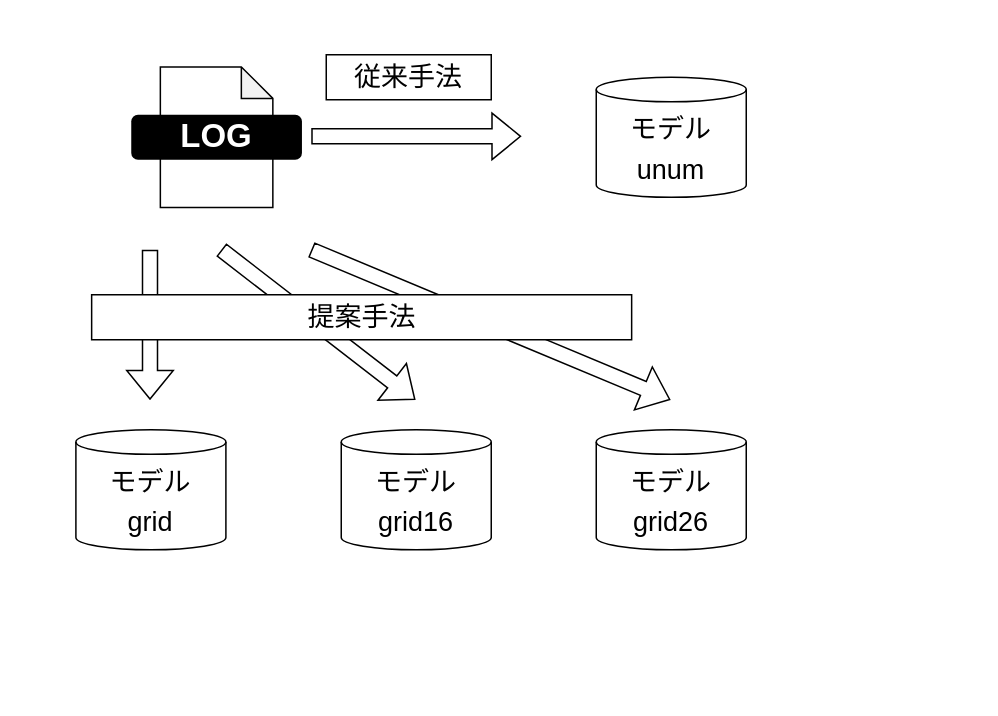
The draw.io diagram 4/experiment_a.drawio in SuperTikuwa/thesis-images, before the edit. Source tidied: cells renumbered, new cells numbered last; positions are measured from the earlier drawing's top-left corner, leaving out a move shared by most shapes. Both pictures are drawn from the tidied source at 150%, with x=0, y=0 at pixel (75, 54).
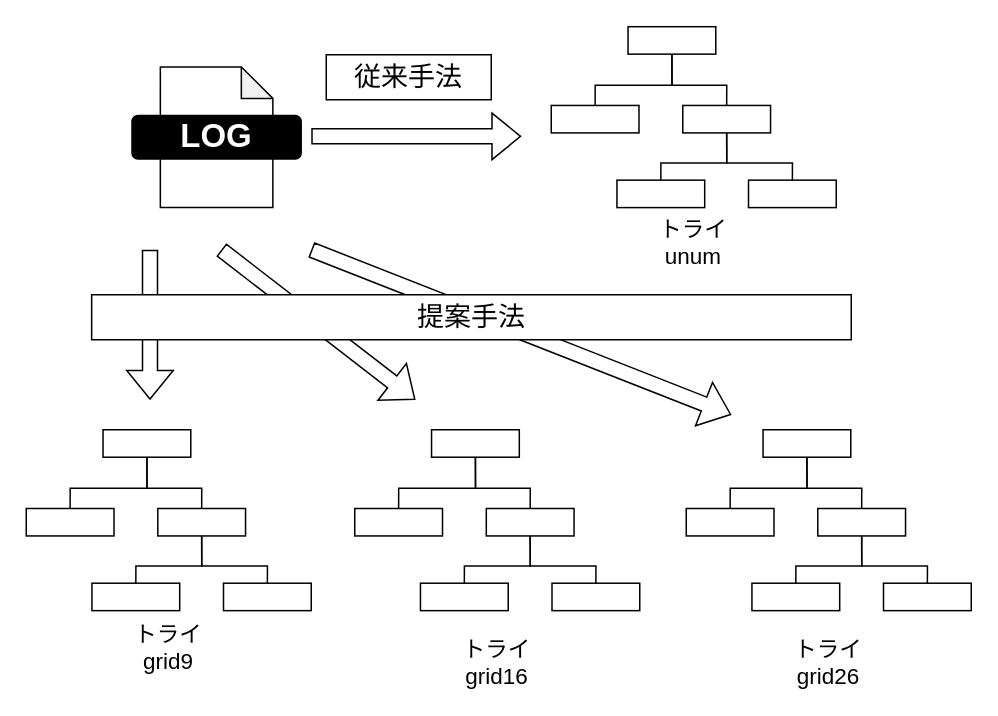
The same page after the edit.

Commit message:
experiment_a.drawio を更新します

Diff of the diagram source:
```diff
@@
-    <mxCell id="4" value="&lt;font style=&quot;font-size: 18px;&quot; color=&quot;#000000&quot;&gt;モデル&lt;br&gt;unum&lt;br&gt;&lt;/font&gt;" style="shape=cylinder3;whiteSpace=wrap;html=1;boundedLbl=1;backgroundOutline=1;size=8.17882352941163;rounded=1;labelBackgroundColor=none;fontSize=22;fontColor=#FFFFFF;fillColor=#FFFFFF;strokeColor=#000000;" parent="1" vertex="1">
-      <mxGeometry x="347" y="15" width="100" height="80" as="geometry" />
-    </mxCell>
-    <mxCell id="5" value="&lt;font style=&quot;font-size: 18px;&quot; color=&quot;#000000&quot;&gt;モデル&lt;br&gt;grid&lt;br&gt;&lt;/font&gt;" style="shape=cylinder3;whiteSpace=wrap;html=1;boundedLbl=1;backgroundOutline=1;size=8.17882352941163;rounded=1;labelBackgroundColor=none;fontSize=22;fontColor=#FFFFFF;fillColor=#FFFFFF;strokeColor=#000000;" parent="1" vertex="1">
-      <mxGeometry x="0.1" y="250" width="100" height="80" as="geometry" />
-    </mxCell>
-    <mxCell id="6" value="&lt;font style=&quot;font-size: 18px;&quot; color=&quot;#000000&quot;&gt;モデル&lt;br&gt;grid16&lt;br&gt;&lt;/font&gt;" style="shape=cylinder3;whiteSpace=wrap;html=1;boundedLbl=1;backgroundOutline=1;size=8.17882352941163;rounded=1;labelBackgroundColor=none;fontSize=22;fontColor=#FFFFFF;fillColor=#FFFFFF;strokeColor=#000000;" parent="1" vertex="1">
-      <mxGeometry x="177" y="250" width="100" height="80" as="geometry" />
-    </mxCell>
-    <mxCell id="7" value="&lt;font style=&quot;font-size: 18px;&quot; color=&quot;#000000&quot;&gt;モデル&lt;br&gt;grid26&lt;br&gt;&lt;/font&gt;" style="shape=cylinder3;whiteSpace=wrap;html=1;boundedLbl=1;backgroundOutline=1;size=8.17882352941163;rounded=1;labelBackgroundColor=none;fontSize=22;fontColor=#FFFFFF;fillColor=#FFFFFF;strokeColor=#000000;" parent="1" vertex="1">
-      <mxGeometry x="347" y="250" width="100" height="80" as="geometry" />
-    </mxCell>
@@
     <mxCell id="11" style="shape=flexArrow;endArrow=classic;html=1;rounded=0;strokeWidth=1;fontSize=18;fontColor=#000000;" parent="1" edge="1">
       <mxGeometry relative="1" as="geometry">
         <mxPoint x="157" y="130" as="sourcePoint" />
-        <mxPoint x="396.4" y="230" as="targetPoint" />
+        <mxPoint x="437" y="240" as="targetPoint" />
       </mxGeometry>
     </mxCell>
@@
     <mxCell id="13" value="提案手法" style="text;html=1;strokeColor=default;fillColor=default;align=center;verticalAlign=middle;whiteSpace=wrap;rounded=0;fontSize=18;fontColor=#000000;" parent="1" vertex="1">
-      <mxGeometry x="10.6" y="160" width="360" height="30" as="geometry" />
+      <mxGeometry x="10.6" y="160" width="506.4" height="30" as="geometry" />
     </mxCell>
+    <mxCell id="14" style="group;" parent="1" vertex="1">
+      <mxGeometry x="317" y="-18.7" width="190" height="120.6" as="geometry" />
+    </mxCell>
+    <mxCell id="15" style="rounded=0;whiteSpace=wrap;html=1;" parent="14" vertex="1">
+      <mxGeometry x="51.2" width="58.5" height="18.3" as="geometry" />
+    </mxCell>
+    <mxCell id="16" style="rounded=0;whiteSpace=wrap;html=1;" parent="14" vertex="1">
+      <mxGeometry x="43.8" y="102.3" width="58.5" height="18.3" as="geometry" />
+    </mxCell>
+    <mxCell id="17" style="rounded=0;whiteSpace=wrap;html=1;" parent="14" vertex="1">
+      <mxGeometry y="52.5" width="58.5" height="18.3" as="geometry" />
+    </mxCell>
+    <mxCell id="18" style="edgeStyle=orthogonalEdgeStyle;rounded=0;jettySize=auto;html=1;exitX=0.5;exitY=1;exitDx=0;exitDy=0;entryX=0.5;entryY=0;entryDx=0;entryDy=0;endArrow=none;endFill=0;" parent="14" edge="1" source="15" target="17">
+      <mxGeometry relative="1" as="geometry">
+        <Array as="points">
+          <mxPoint x="80" y="39" />
+          <mxPoint x="29" y="39" />
+        </Array>
+      </mxGeometry>
+    </mxCell>
+    <mxCell id="19" style="edgeStyle=orthogonalEdgeStyle;rounded=0;jettySize=auto;html=1;exitX=0.5;exitY=1;exitDx=0;exitDy=0;entryX=0.5;entryY=0;entryDx=0;entryDy=0;endArrow=none;endFill=0;" parent="14" edge="1" source="20" target="16">
+      <mxGeometry relative="1" as="geometry" />
+    </mxCell>
+    <mxCell id="20" style="rounded=0;whiteSpace=wrap;html=1;" parent="14" vertex="1">
+      <mxGeometry x="87.7" y="52.5" width="58.5" height="18.3" as="geometry" />
+    </mxCell>
+    <mxCell id="21" style="edgeStyle=orthogonalEdgeStyle;rounded=0;jettySize=auto;html=1;exitX=0.5;exitY=1;exitDx=0;exitDy=0;entryX=0.5;entryY=0;entryDx=0;entryDy=0;endArrow=none;endFill=0;" parent="14" edge="1" source="15" target="20">
+      <mxGeometry relative="1" as="geometry">
+        <Array as="points">
+          <mxPoint x="80" y="39" />
+          <mxPoint x="117" y="39" />
+        </Array>
+      </mxGeometry>
+    </mxCell>
+    <mxCell id="22" style="rounded=0;whiteSpace=wrap;html=1;" parent="14" vertex="1">
+      <mxGeometry x="131.5" y="102.3" width="58.5" height="18.3" as="geometry" />
+    </mxCell>
+    <mxCell id="23" style="edgeStyle=orthogonalEdgeStyle;rounded=0;jettySize=auto;html=1;exitX=0.5;exitY=1;exitDx=0;exitDy=0;entryX=0.5;entryY=0;entryDx=0;entryDy=0;endArrow=none;endFill=0;" parent="14" edge="1" source="20" target="22">
+      <mxGeometry relative="1" as="geometry" />
+    </mxCell>
+    <mxCell id="24" style="group;" parent="1" vertex="1">
+      <mxGeometry x="-33" y="250" width="190" height="120.6" as="geometry" />
+    </mxCell>
+    <mxCell id="25" style="rounded=0;whiteSpace=wrap;html=1;" parent="24" vertex="1">
+      <mxGeometry x="51.2" width="58.5" height="18.3" as="geometry" />
+    </mxCell>
+    <mxCell id="26" style="rounded=0;whiteSpace=wrap;html=1;" parent="24" vertex="1">
+      <mxGeometry x="43.8" y="102.3" width="58.5" height="18.3" as="geometry" />
+    </mxCell>
+    <mxCell id="27" style="rounded=0;whiteSpace=wrap;html=1;" parent="24" vertex="1">
+      <mxGeometry y="52.5" width="58.5" height="18.3" as="geometry" />
+    </mxCell>
+    <mxCell id="28" style="edgeStyle=orthogonalEdgeStyle;rounded=0;jettySize=auto;html=1;exitX=0.5;exitY=1;exitDx=0;exitDy=0;entryX=0.5;entryY=0;entryDx=0;entryDy=0;endArrow=none;endFill=0;" parent="24" edge="1" source="25" target="27">
+      <mxGeometry relative="1" as="geometry">
+        <Array as="points">
+          <mxPoint x="80" y="39" />
+          <mxPoint x="29" y="39" />
+        </Array>
+      </mxGeometry>
+    </mxCell>
+    <mxCell id="29" style="edgeStyle=orthogonalEdgeStyle;rounded=0;jettySize=auto;html=1;exitX=0.5;exitY=1;exitDx=0;exitDy=0;entryX=0.5;entryY=0;entryDx=0;entryDy=0;endArrow=none;endFill=0;" parent="24" edge="1" source="30" target="26">
+      <mxGeometry relative="1" as="geometry" />
+    </mxCell>
+    <mxCell id="30" style="rounded=0;whiteSpace=wrap;html=1;" parent="24" vertex="1">
+      <mxGeometry x="87.7" y="52.5" width="58.5" height="18.3" as="geometry" />
+    </mxCell>
+    <mxCell id="31" style="edgeStyle=orthogonalEdgeStyle;rounded=0;jettySize=auto;html=1;exitX=0.5;exitY=1;exitDx=0;exitDy=0;entryX=0.5;entryY=0;entryDx=0;entryDy=0;endArrow=none;endFill=0;" parent="24" edge="1" source="25" target="30">
+      <mxGeometry relative="1" as="geometry">
+        <Array as="points">
+          <mxPoint x="80" y="39" />
+          <mxPoint x="117" y="39" />
+        </Array>
+      </mxGeometry>
+    </mxCell>
+    <mxCell id="32" style="rounded=0;whiteSpace=wrap;html=1;" parent="24" vertex="1">
+      <mxGeometry x="131.5" y="102.3" width="58.5" height="18.3" as="geometry" />
+    </mxCell>
+    <mxCell id="33" style="edgeStyle=orthogonalEdgeStyle;rounded=0;jettySize=auto;html=1;exitX=0.5;exitY=1;exitDx=0;exitDy=0;entryX=0.5;entryY=0;entryDx=0;entryDy=0;endArrow=none;endFill=0;" parent="24" edge="1" source="30" target="32">
+      <mxGeometry relative="1" as="geometry" />
+    </mxCell>
+    <mxCell id="34" style="group;" parent="1" vertex="1">
+      <mxGeometry x="407" y="250" width="190" height="120.6" as="geometry" />
+    </mxCell>
+    <mxCell id="35" style="rounded=0;whiteSpace=wrap;html=1;" parent="34" vertex="1">
+      <mxGeometry x="51.2" width="58.5" height="18.3" as="geometry" />
+    </mxCell>
+    <mxCell id="36" style="rounded=0;whiteSpace=wrap;html=1;" parent="34" vertex="1">
+      <mxGeometry x="43.8" y="102.3" width="58.5" height="18.3" as="geometry" />
+    </mxCell>
+    <mxCell id="37" style="rounded=0;whiteSpace=wrap;html=1;" parent="34" vertex="1">
+      <mxGeometry y="52.5" width="58.5" height="18.3" as="geometry" />
+    </mxCell>
+    <mxCell id="38" style="edgeStyle=orthogonalEdgeStyle;rounded=0;jettySize=auto;html=1;exitX=0.5;exitY=1;exitDx=0;exitDy=0;entryX=0.5;entryY=0;entryDx=0;entryDy=0;endArrow=none;endFill=0;" parent="34" edge="1" source="35" target="37">
+      <mxGeometry relative="1" as="geometry">
+        <Array as="points">
+          <mxPoint x="80" y="39" />
+          <mxPoint x="29" y="39" />
+        </Array>
+      </mxGeometry>
+    </mxCell>
+    <mxCell id="39" style="edgeStyle=orthogonalEdgeStyle;rounded=0;jettySize=auto;html=1;exitX=0.5;exitY=1;exitDx=0;exitDy=0;entryX=0.5;entryY=0;entryDx=0;entryDy=0;endArrow=none;endFill=0;" parent="34" edge="1" source="40" target="36">
+      <mxGeometry relative="1" as="geometry" />
+    </mxCell>
+    <mxCell id="40" style="rounded=0;whiteSpace=wrap;html=1;" parent="34" vertex="1">
+      <mxGeometry x="87.7" y="52.5" width="58.5" height="18.3" as="geometry" />
+    </mxCell>
+    <mxCell id="41" style="edgeStyle=orthogonalEdgeStyle;rounded=0;jettySize=auto;html=1;exitX=0.5;exitY=1;exitDx=0;exitDy=0;entryX=0.5;entryY=0;entryDx=0;entryDy=0;endArrow=none;endFill=0;" parent="34" edge="1" source="35" target="40">
+      <mxGeometry relative="1" as="geometry">
+        <Array as="points">
+          <mxPoint x="80" y="39" />
+          <mxPoint x="117" y="39" />
+        </Array>
+      </mxGeometry>
+    </mxCell>
+    <mxCell id="42" style="rounded=0;whiteSpace=wrap;html=1;" parent="34" vertex="1">
+      <mxGeometry x="131.5" y="102.3" width="58.5" height="18.3" as="geometry" />
+    </mxCell>
+    <mxCell id="43" style="edgeStyle=orthogonalEdgeStyle;rounded=0;jettySize=auto;html=1;exitX=0.5;exitY=1;exitDx=0;exitDy=0;entryX=0.5;entryY=0;entryDx=0;entryDy=0;endArrow=none;endFill=0;" parent="34" edge="1" source="40" target="42">
+      <mxGeometry relative="1" as="geometry" />
+    </mxCell>
+    <mxCell id="44" style="group;" parent="1" vertex="1">
+      <mxGeometry x="186" y="250" width="190" height="120.6" as="geometry" />
+    </mxCell>
+    <mxCell id="45" style="rounded=0;whiteSpace=wrap;html=1;" parent="44" vertex="1">
+      <mxGeometry x="51.2" width="58.5" height="18.3" as="geometry" />
+    </mxCell>
+    <mxCell id="46" style="rounded=0;whiteSpace=wrap;html=1;" parent="44" vertex="1">
+      <mxGeometry x="43.8" y="102.3" width="58.5" height="18.3" as="geometry" />
+    </mxCell>
+    <mxCell id="47" style="rounded=0;whiteSpace=wrap;html=1;" parent="44" vertex="1">
+      <mxGeometry y="52.5" width="58.5" height="18.3" as="geometry" />
+    </mxCell>
+    <mxCell id="48" style="edgeStyle=orthogonalEdgeStyle;rounded=0;jettySize=auto;html=1;exitX=0.5;exitY=1;exitDx=0;exitDy=0;entryX=0.5;entryY=0;entryDx=0;entryDy=0;endArrow=none;endFill=0;" parent="44" edge="1" source="45" target="47">
+      <mxGeometry relative="1" as="geometry">
+        <Array as="points">
+          <mxPoint x="80" y="39" />
+          <mxPoint x="29" y="39" />
+        </Array>
+      </mxGeometry>
+    </mxCell>
+    <mxCell id="49" style="edgeStyle=orthogonalEdgeStyle;rounded=0;jettySize=auto;html=1;exitX=0.5;exitY=1;exitDx=0;exitDy=0;entryX=0.5;entryY=0;entryDx=0;entryDy=0;endArrow=none;endFill=0;" parent="44" edge="1" source="50" target="46">
+      <mxGeometry relative="1" as="geometry" />
+    </mxCell>
+    <mxCell id="50" style="rounded=0;whiteSpace=wrap;html=1;" parent="44" vertex="1">
+      <mxGeometry x="87.7" y="52.5" width="58.5" height="18.3" as="geometry" />
+    </mxCell>
+    <mxCell id="51" style="edgeStyle=orthogonalEdgeStyle;rounded=0;jettySize=auto;html=1;exitX=0.5;exitY=1;exitDx=0;exitDy=0;entryX=0.5;entryY=0;entryDx=0;entryDy=0;endArrow=none;endFill=0;" parent="44" edge="1" source="45" target="50">
+      <mxGeometry relative="1" as="geometry">
+        <Array as="points">
+          <mxPoint x="80" y="39" />
+          <mxPoint x="117" y="39" />
+        </Array>
+      </mxGeometry>
+    </mxCell>
+    <mxCell id="52" style="rounded=0;whiteSpace=wrap;html=1;" parent="44" vertex="1">
+      <mxGeometry x="131.5" y="102.3" width="58.5" height="18.3" as="geometry" />
+    </mxCell>
+    <mxCell id="53" style="edgeStyle=orthogonalEdgeStyle;rounded=0;jettySize=auto;html=1;exitX=0.5;exitY=1;exitDx=0;exitDy=0;entryX=0.5;entryY=0;entryDx=0;entryDy=0;endArrow=none;endFill=0;" parent="44" edge="1" source="50" target="52">
+      <mxGeometry relative="1" as="geometry" />
+    </mxCell>
+    <mxCell id="54" value="&lt;font style=&quot;font-size: 15px;&quot;&gt;トライ&lt;br&gt;unum&lt;/font&gt;" style="text;html=1;strokeColor=none;fillColor=none;align=center;verticalAlign=middle;whiteSpace=wrap;rounded=0;" parent="1" vertex="1">
+      <mxGeometry x="382" y="110" width="60" height="30" as="geometry" />
+    </mxCell>
+    <mxCell id="55" value="&lt;font style=&quot;font-size: 15px;&quot;&gt;トライ&lt;br&gt;grid9&lt;br&gt;&lt;/font&gt;" style="text;html=1;strokeColor=none;fillColor=none;align=center;verticalAlign=middle;whiteSpace=wrap;rounded=0;" parent="1" vertex="1">
+      <mxGeometry x="32" y="380" width="60" height="30" as="geometry" />
+    </mxCell>
+    <mxCell id="56" value="&lt;font style=&quot;font-size: 15px;&quot;&gt;トライ&lt;br&gt;grid26&lt;br&gt;&lt;/font&gt;" style="text;html=1;strokeColor=none;fillColor=none;align=center;verticalAlign=middle;whiteSpace=wrap;rounded=0;" parent="1" vertex="1">
+      <mxGeometry x="472" y="390" width="60" height="30" as="geometry" />
+    </mxCell>
+    <mxCell id="57" value="&lt;font style=&quot;font-size: 15px;&quot;&gt;トライ&lt;br&gt;grid16&lt;br&gt;&lt;/font&gt;" style="text;html=1;strokeColor=none;fillColor=none;align=center;verticalAlign=middle;whiteSpace=wrap;rounded=0;" parent="1" vertex="1">
+      <mxGeometry x="251" y="390" width="60" height="30" as="geometry" />
+    </mxCell>
```
